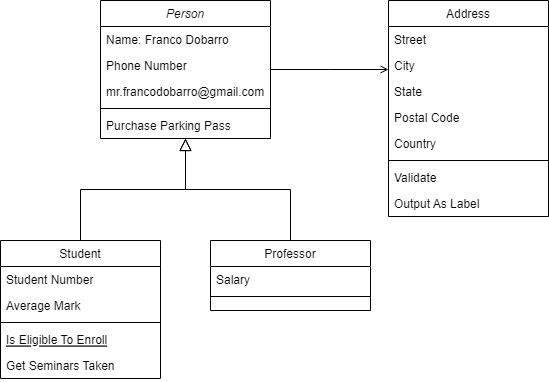
Earlier version of the draw.io export Diagramas/Diagrama prueba.png (dobarrofranco/FT-M2-Franco). Source tidied: cells renumbered, new cells last; positions are measured from the earlier drawing's top-left corner, leaving out a move shared by most shapes. The source it was exported from:
```xml
<mxGraphModel background="#FFFFFF">
  <root>
    <mxCell id="0" />
    <mxCell id="1" parent="0" />
    <mxCell id="2" value="Person" style="swimlane;fontStyle=2;align=center;verticalAlign=top;horizontal=1;startSize=26;rounded=0;shadow=0;strokeWidth=1;labelBackgroundColor=none;" parent="1" vertex="1">
      <mxGeometry x="100" width="170" height="138" as="geometry" />
    </mxCell>
    <mxCell id="3" value="Name: Franco Dobarro" style="text;align=left;verticalAlign=top;spacingLeft=4;spacingRight=4;overflow=hidden;labelBackgroundColor=none;" parent="2" vertex="1">
      <mxGeometry y="26" width="170" height="26" as="geometry" />
    </mxCell>
    <mxCell id="4" value="Phone Number" style="text;align=left;verticalAlign=top;spacingLeft=4;spacingRight=4;overflow=hidden;rounded=0;shadow=0;html=0;labelBackgroundColor=none;" parent="2" vertex="1">
      <mxGeometry y="52" width="170" height="26" as="geometry" />
    </mxCell>
    <mxCell id="5" value="mr.francodobarro@gmail.com" style="text;align=left;verticalAlign=top;spacingLeft=4;spacingRight=4;overflow=hidden;rounded=0;shadow=0;html=0;labelBackgroundColor=none;" parent="2" vertex="1">
      <mxGeometry y="78" width="170" height="26" as="geometry" />
    </mxCell>
    <mxCell id="6" style="line;html=1;strokeWidth=1;align=left;verticalAlign=middle;spacingTop=-1;spacingLeft=3;spacingRight=3;labelPosition=right;labelBackgroundColor=none;" parent="2" vertex="1">
      <mxGeometry y="104" width="170" height="8" as="geometry" />
    </mxCell>
    <mxCell id="7" value="Purchase Parking Pass" style="text;align=left;verticalAlign=top;spacingLeft=4;spacingRight=4;overflow=hidden;labelBackgroundColor=none;" parent="2" vertex="1">
      <mxGeometry y="112" width="170" height="26" as="geometry" />
    </mxCell>
    <mxCell id="8" value="Student" style="swimlane;fontStyle=0;align=center;verticalAlign=top;horizontal=1;startSize=26;rounded=0;shadow=0;strokeWidth=1;labelBackgroundColor=none;" parent="1" vertex="1">
      <mxGeometry y="240" width="160" height="138" as="geometry" />
    </mxCell>
    <mxCell id="9" value="Student Number" style="text;align=left;verticalAlign=top;spacingLeft=4;spacingRight=4;overflow=hidden;labelBackgroundColor=none;" parent="8" vertex="1">
      <mxGeometry y="26" width="160" height="26" as="geometry" />
    </mxCell>
    <mxCell id="10" value="Average Mark" style="text;align=left;verticalAlign=top;spacingLeft=4;spacingRight=4;overflow=hidden;rounded=0;shadow=0;html=0;labelBackgroundColor=none;" parent="8" vertex="1">
      <mxGeometry y="52" width="160" height="26" as="geometry" />
    </mxCell>
    <mxCell id="11" style="line;html=1;strokeWidth=1;align=left;verticalAlign=middle;spacingTop=-1;spacingLeft=3;spacingRight=3;labelPosition=right;labelBackgroundColor=none;" parent="8" vertex="1">
      <mxGeometry y="78" width="160" height="8" as="geometry" />
    </mxCell>
    <mxCell id="12" value="Is Eligible To Enroll" style="text;align=left;verticalAlign=top;spacingLeft=4;spacingRight=4;overflow=hidden;fontStyle=4;labelBackgroundColor=none;" parent="8" vertex="1">
      <mxGeometry y="86" width="160" height="26" as="geometry" />
    </mxCell>
    <mxCell id="13" value="Get Seminars Taken" style="text;align=left;verticalAlign=top;spacingLeft=4;spacingRight=4;overflow=hidden;labelBackgroundColor=none;" parent="8" vertex="1">
      <mxGeometry y="112" width="160" height="26" as="geometry" />
    </mxCell>
    <mxCell id="14" style="endArrow=block;endSize=10;endFill=0;shadow=0;strokeWidth=1;rounded=0;edgeStyle=elbowEdgeStyle;elbow=vertical;labelBackgroundColor=none;fontColor=default;" parent="1" edge="1" source="8" target="2">
      <mxGeometry relative="1" as="geometry" />
    </mxCell>
    <mxCell id="15" value="Professor" style="swimlane;fontStyle=0;align=center;verticalAlign=top;horizontal=1;startSize=26;rounded=0;shadow=0;strokeWidth=1;labelBackgroundColor=none;" parent="1" vertex="1">
      <mxGeometry x="210" y="240" width="160" height="70" as="geometry" />
    </mxCell>
    <mxCell id="16" value="Salary" style="text;align=left;verticalAlign=top;spacingLeft=4;spacingRight=4;overflow=hidden;labelBackgroundColor=none;" parent="15" vertex="1">
      <mxGeometry y="26" width="160" height="26" as="geometry" />
    </mxCell>
    <mxCell id="17" style="line;html=1;strokeWidth=1;align=left;verticalAlign=middle;spacingTop=-1;spacingLeft=3;spacingRight=3;labelPosition=right;labelBackgroundColor=none;" parent="15" vertex="1">
      <mxGeometry y="52" width="160" height="8" as="geometry" />
    </mxCell>
    <mxCell id="18" style="endArrow=block;endSize=10;endFill=0;shadow=0;strokeWidth=1;rounded=0;edgeStyle=elbowEdgeStyle;elbow=vertical;labelBackgroundColor=none;fontColor=default;" parent="1" edge="1" source="15" target="2">
      <mxGeometry relative="1" as="geometry" />
    </mxCell>
    <mxCell id="19" value="Address" style="swimlane;fontStyle=0;align=center;verticalAlign=top;horizontal=1;startSize=26;rounded=0;shadow=0;strokeWidth=1;labelBackgroundColor=none;" parent="1" vertex="1">
      <mxGeometry x="388" width="160" height="216" as="geometry" />
    </mxCell>
    <mxCell id="20" value="Street" style="text;align=left;verticalAlign=top;spacingLeft=4;spacingRight=4;overflow=hidden;labelBackgroundColor=none;" parent="19" vertex="1">
      <mxGeometry y="26" width="160" height="26" as="geometry" />
    </mxCell>
    <mxCell id="21" value="City" style="text;align=left;verticalAlign=top;spacingLeft=4;spacingRight=4;overflow=hidden;rounded=0;shadow=0;html=0;labelBackgroundColor=none;" parent="19" vertex="1">
      <mxGeometry y="52" width="160" height="26" as="geometry" />
    </mxCell>
    <mxCell id="22" value="State" style="text;align=left;verticalAlign=top;spacingLeft=4;spacingRight=4;overflow=hidden;rounded=0;shadow=0;html=0;labelBackgroundColor=none;" parent="19" vertex="1">
      <mxGeometry y="78" width="160" height="26" as="geometry" />
    </mxCell>
    <mxCell id="23" value="Postal Code" style="text;align=left;verticalAlign=top;spacingLeft=4;spacingRight=4;overflow=hidden;rounded=0;shadow=0;html=0;labelBackgroundColor=none;" parent="19" vertex="1">
      <mxGeometry y="104" width="160" height="26" as="geometry" />
    </mxCell>
    <mxCell id="24" value="Country" style="text;align=left;verticalAlign=top;spacingLeft=4;spacingRight=4;overflow=hidden;rounded=0;shadow=0;html=0;labelBackgroundColor=none;" parent="19" vertex="1">
      <mxGeometry y="130" width="160" height="26" as="geometry" />
    </mxCell>
    <mxCell id="25" style="line;html=1;strokeWidth=1;align=left;verticalAlign=middle;spacingTop=-1;spacingLeft=3;spacingRight=3;labelPosition=right;labelBackgroundColor=none;" parent="19" vertex="1">
      <mxGeometry y="156" width="160" height="8" as="geometry" />
    </mxCell>
    <mxCell id="26" value="Validate" style="text;align=left;verticalAlign=top;spacingLeft=4;spacingRight=4;overflow=hidden;labelBackgroundColor=none;" parent="19" vertex="1">
      <mxGeometry y="164" width="160" height="26" as="geometry" />
    </mxCell>
    <mxCell id="27" value="Output As Label" style="text;align=left;verticalAlign=top;spacingLeft=4;spacingRight=4;overflow=hidden;labelBackgroundColor=none;" parent="19" vertex="1">
      <mxGeometry y="190" width="160" height="26" as="geometry" />
    </mxCell>
    <mxCell id="28" style="endArrow=open;shadow=0;strokeWidth=1;rounded=0;endFill=1;edgeStyle=elbowEdgeStyle;elbow=vertical;labelBackgroundColor=none;fontColor=default;" parent="1" edge="1" source="2" target="19">
      <mxGeometry x="0.5" y="41" relative="1" as="geometry">
        <mxPoint x="-40" y="32" as="offset" />
      </mxGeometry>
    </mxCell>
  </root>
</mxGraphModel>
```
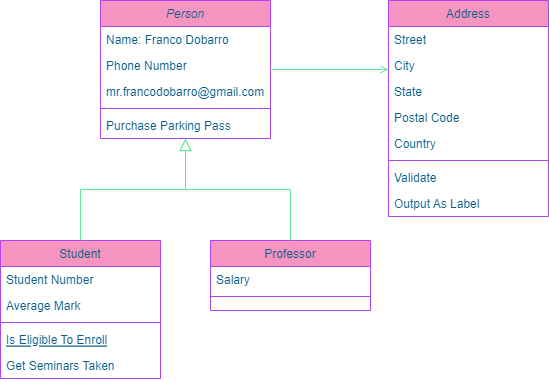
The same diagram one commit later.

Change to the diagram source:
```diff
@@ -2,85 +2,85 @@
   <root>
     <mxCell id="0" />
     <mxCell id="1" parent="0" />
-    <mxCell id="2" value="Person" style="swimlane;fontStyle=2;align=center;verticalAlign=top;horizontal=1;startSize=26;rounded=0;shadow=0;strokeWidth=1;labelBackgroundColor=none;" parent="1" vertex="1">
+    <mxCell id="2" value="Person" style="swimlane;fontStyle=2;align=center;verticalAlign=top;horizontal=1;startSize=26;rounded=0;shadow=0;strokeWidth=1;labelBackgroundColor=none;fillColor=#F694C1;strokeColor=#AF45ED;fontColor=#095C86;" parent="1" vertex="1">
       <mxGeometry x="100" width="170" height="138" as="geometry" />
     </mxCell>
-    <mxCell id="3" value="Name: Franco Dobarro" style="text;align=left;verticalAlign=top;spacingLeft=4;spacingRight=4;overflow=hidden;labelBackgroundColor=none;" parent="2" vertex="1">
+    <mxCell id="3" value="Name: Franco Dobarro" style="text;align=left;verticalAlign=top;spacingLeft=4;spacingRight=4;overflow=hidden;labelBackgroundColor=none;fontColor=#095C86;" parent="2" vertex="1">
       <mxGeometry y="26" width="170" height="26" as="geometry" />
     </mxCell>
-    <mxCell id="4" value="Phone Number" style="text;align=left;verticalAlign=top;spacingLeft=4;spacingRight=4;overflow=hidden;rounded=0;shadow=0;html=0;labelBackgroundColor=none;" parent="2" vertex="1">
+    <mxCell id="4" value="Phone Number" style="text;align=left;verticalAlign=top;spacingLeft=4;spacingRight=4;overflow=hidden;rounded=0;shadow=0;html=0;labelBackgroundColor=none;fontColor=#095C86;" parent="2" vertex="1">
       <mxGeometry y="52" width="170" height="26" as="geometry" />
     </mxCell>
-    <mxCell id="5" value="mr.francodobarro@gmail.com" style="text;align=left;verticalAlign=top;spacingLeft=4;spacingRight=4;overflow=hidden;rounded=0;shadow=0;html=0;labelBackgroundColor=none;" parent="2" vertex="1">
+    <mxCell id="5" value="mr.francodobarro@gmail.com" style="text;align=left;verticalAlign=top;spacingLeft=4;spacingRight=4;overflow=hidden;rounded=0;shadow=0;html=0;labelBackgroundColor=none;fontColor=#095C86;" parent="2" vertex="1">
       <mxGeometry y="78" width="170" height="26" as="geometry" />
     </mxCell>
-    <mxCell id="6" style="line;html=1;strokeWidth=1;align=left;verticalAlign=middle;spacingTop=-1;spacingLeft=3;spacingRight=3;labelPosition=right;labelBackgroundColor=none;" parent="2" vertex="1">
+    <mxCell id="6" style="line;html=1;strokeWidth=1;align=left;verticalAlign=middle;spacingTop=-1;spacingLeft=3;spacingRight=3;labelPosition=right;labelBackgroundColor=none;fillColor=#F694C1;strokeColor=#AF45ED;fontColor=#095C86;" parent="2" vertex="1">
       <mxGeometry y="104" width="170" height="8" as="geometry" />
     </mxCell>
-    <mxCell id="7" value="Purchase Parking Pass" style="text;align=left;verticalAlign=top;spacingLeft=4;spacingRight=4;overflow=hidden;labelBackgroundColor=none;" parent="2" vertex="1">
+    <mxCell id="7" value="Purchase Parking Pass" style="text;align=left;verticalAlign=top;spacingLeft=4;spacingRight=4;overflow=hidden;labelBackgroundColor=none;fontColor=#095C86;" parent="2" vertex="1">
       <mxGeometry y="112" width="170" height="26" as="geometry" />
     </mxCell>
-    <mxCell id="8" value="Student" style="swimlane;fontStyle=0;align=center;verticalAlign=top;horizontal=1;startSize=26;rounded=0;shadow=0;strokeWidth=1;labelBackgroundColor=none;" parent="1" vertex="1">
+    <mxCell id="8" value="Student" style="swimlane;fontStyle=0;align=center;verticalAlign=top;horizontal=1;startSize=26;rounded=0;shadow=0;strokeWidth=1;labelBackgroundColor=none;fillColor=#F694C1;strokeColor=#AF45ED;fontColor=#095C86;" parent="1" vertex="1">
       <mxGeometry y="240" width="160" height="138" as="geometry" />
     </mxCell>
-    <mxCell id="9" value="Student Number" style="text;align=left;verticalAlign=top;spacingLeft=4;spacingRight=4;overflow=hidden;labelBackgroundColor=none;" parent="8" vertex="1">
+    <mxCell id="9" value="Student Number" style="text;align=left;verticalAlign=top;spacingLeft=4;spacingRight=4;overflow=hidden;labelBackgroundColor=none;fontColor=#095C86;" parent="8" vertex="1">
       <mxGeometry y="26" width="160" height="26" as="geometry" />
     </mxCell>
-    <mxCell id="10" value="Average Mark" style="text;align=left;verticalAlign=top;spacingLeft=4;spacingRight=4;overflow=hidden;rounded=0;shadow=0;html=0;labelBackgroundColor=none;" parent="8" vertex="1">
+    <mxCell id="10" value="Average Mark" style="text;align=left;verticalAlign=top;spacingLeft=4;spacingRight=4;overflow=hidden;rounded=0;shadow=0;html=0;labelBackgroundColor=none;fontColor=#095C86;" parent="8" vertex="1">
       <mxGeometry y="52" width="160" height="26" as="geometry" />
     </mxCell>
-    <mxCell id="11" style="line;html=1;strokeWidth=1;align=left;verticalAlign=middle;spacingTop=-1;spacingLeft=3;spacingRight=3;labelPosition=right;labelBackgroundColor=none;" parent="8" vertex="1">
+    <mxCell id="11" style="line;html=1;strokeWidth=1;align=left;verticalAlign=middle;spacingTop=-1;spacingLeft=3;spacingRight=3;labelPosition=right;labelBackgroundColor=none;fillColor=#F694C1;strokeColor=#AF45ED;fontColor=#095C86;" parent="8" vertex="1">
       <mxGeometry y="78" width="160" height="8" as="geometry" />
     </mxCell>
-    <mxCell id="12" value="Is Eligible To Enroll" style="text;align=left;verticalAlign=top;spacingLeft=4;spacingRight=4;overflow=hidden;fontStyle=4;labelBackgroundColor=none;" parent="8" vertex="1">
+    <mxCell id="12" value="Is Eligible To Enroll" style="text;align=left;verticalAlign=top;spacingLeft=4;spacingRight=4;overflow=hidden;fontStyle=4;labelBackgroundColor=none;fontColor=#095C86;" parent="8" vertex="1">
       <mxGeometry y="86" width="160" height="26" as="geometry" />
     </mxCell>
-    <mxCell id="13" value="Get Seminars Taken" style="text;align=left;verticalAlign=top;spacingLeft=4;spacingRight=4;overflow=hidden;labelBackgroundColor=none;" parent="8" vertex="1">
+    <mxCell id="13" value="Get Seminars Taken" style="text;align=left;verticalAlign=top;spacingLeft=4;spacingRight=4;overflow=hidden;labelBackgroundColor=none;fontColor=#095C86;" parent="8" vertex="1">
       <mxGeometry y="112" width="160" height="26" as="geometry" />
     </mxCell>
-    <mxCell id="14" style="endArrow=block;endSize=10;endFill=0;shadow=0;strokeWidth=1;rounded=0;edgeStyle=elbowEdgeStyle;elbow=vertical;labelBackgroundColor=none;fontColor=default;" parent="1" edge="1" source="8" target="2">
+    <mxCell id="14" style="endArrow=block;endSize=10;endFill=0;shadow=0;strokeWidth=1;rounded=0;edgeStyle=elbowEdgeStyle;elbow=vertical;labelBackgroundColor=none;fontColor=default;strokeColor=#60E696;" parent="1" edge="1" source="8" target="2">
       <mxGeometry relative="1" as="geometry" />
     </mxCell>
-    <mxCell id="15" value="Professor" style="swimlane;fontStyle=0;align=center;verticalAlign=top;horizontal=1;startSize=26;rounded=0;shadow=0;strokeWidth=1;labelBackgroundColor=none;" parent="1" vertex="1">
+    <mxCell id="15" value="Professor" style="swimlane;fontStyle=0;align=center;verticalAlign=top;horizontal=1;startSize=26;rounded=0;shadow=0;strokeWidth=1;labelBackgroundColor=none;fillColor=#F694C1;strokeColor=#AF45ED;fontColor=#095C86;" parent="1" vertex="1">
       <mxGeometry x="210" y="240" width="160" height="70" as="geometry" />
     </mxCell>
-    <mxCell id="16" value="Salary" style="text;align=left;verticalAlign=top;spacingLeft=4;spacingRight=4;overflow=hidden;labelBackgroundColor=none;" parent="15" vertex="1">
+    <mxCell id="16" value="Salary" style="text;align=left;verticalAlign=top;spacingLeft=4;spacingRight=4;overflow=hidden;labelBackgroundColor=none;fontColor=#095C86;" parent="15" vertex="1">
       <mxGeometry y="26" width="160" height="26" as="geometry" />
     </mxCell>
-    <mxCell id="17" style="line;html=1;strokeWidth=1;align=left;verticalAlign=middle;spacingTop=-1;spacingLeft=3;spacingRight=3;labelPosition=right;labelBackgroundColor=none;" parent="15" vertex="1">
+    <mxCell id="17" style="line;html=1;strokeWidth=1;align=left;verticalAlign=middle;spacingTop=-1;spacingLeft=3;spacingRight=3;labelPosition=right;labelBackgroundColor=none;fillColor=#F694C1;strokeColor=#AF45ED;fontColor=#095C86;" parent="15" vertex="1">
       <mxGeometry y="52" width="160" height="8" as="geometry" />
     </mxCell>
-    <mxCell id="18" style="endArrow=block;endSize=10;endFill=0;shadow=0;strokeWidth=1;rounded=0;edgeStyle=elbowEdgeStyle;elbow=vertical;labelBackgroundColor=none;fontColor=default;" parent="1" edge="1" source="15" target="2">
+    <mxCell id="18" style="endArrow=block;endSize=10;endFill=0;shadow=0;strokeWidth=1;rounded=0;edgeStyle=elbowEdgeStyle;elbow=vertical;labelBackgroundColor=none;fontColor=default;strokeColor=#60E696;" parent="1" edge="1" source="15" target="2">
       <mxGeometry relative="1" as="geometry" />
     </mxCell>
-    <mxCell id="19" value="Address" style="swimlane;fontStyle=0;align=center;verticalAlign=top;horizontal=1;startSize=26;rounded=0;shadow=0;strokeWidth=1;labelBackgroundColor=none;" parent="1" vertex="1">
+    <mxCell id="19" value="Address" style="swimlane;fontStyle=0;align=center;verticalAlign=top;horizontal=1;startSize=26;rounded=0;shadow=0;strokeWidth=1;labelBackgroundColor=none;fillColor=#F694C1;strokeColor=#AF45ED;fontColor=#095C86;" parent="1" vertex="1">
       <mxGeometry x="388" width="160" height="216" as="geometry" />
     </mxCell>
-    <mxCell id="20" value="Street" style="text;align=left;verticalAlign=top;spacingLeft=4;spacingRight=4;overflow=hidden;labelBackgroundColor=none;" parent="19" vertex="1">
+    <mxCell id="20" value="Street" style="text;align=left;verticalAlign=top;spacingLeft=4;spacingRight=4;overflow=hidden;labelBackgroundColor=none;fontColor=#095C86;" parent="19" vertex="1">
       <mxGeometry y="26" width="160" height="26" as="geometry" />
     </mxCell>
-    <mxCell id="21" value="City" style="text;align=left;verticalAlign=top;spacingLeft=4;spacingRight=4;overflow=hidden;rounded=0;shadow=0;html=0;labelBackgroundColor=none;" parent="19" vertex="1">
+    <mxCell id="21" value="City" style="text;align=left;verticalAlign=top;spacingLeft=4;spacingRight=4;overflow=hidden;rounded=0;shadow=0;html=0;labelBackgroundColor=none;fontColor=#095C86;" parent="19" vertex="1">
       <mxGeometry y="52" width="160" height="26" as="geometry" />
     </mxCell>
-    <mxCell id="22" value="State" style="text;align=left;verticalAlign=top;spacingLeft=4;spacingRight=4;overflow=hidden;rounded=0;shadow=0;html=0;labelBackgroundColor=none;" parent="19" vertex="1">
+    <mxCell id="22" value="State" style="text;align=left;verticalAlign=top;spacingLeft=4;spacingRight=4;overflow=hidden;rounded=0;shadow=0;html=0;labelBackgroundColor=none;fontColor=#095C86;" parent="19" vertex="1">
       <mxGeometry y="78" width="160" height="26" as="geometry" />
     </mxCell>
-    <mxCell id="23" value="Postal Code" style="text;align=left;verticalAlign=top;spacingLeft=4;spacingRight=4;overflow=hidden;rounded=0;shadow=0;html=0;labelBackgroundColor=none;" parent="19" vertex="1">
+    <mxCell id="23" value="Postal Code" style="text;align=left;verticalAlign=top;spacingLeft=4;spacingRight=4;overflow=hidden;rounded=0;shadow=0;html=0;labelBackgroundColor=none;fontColor=#095C86;" parent="19" vertex="1">
       <mxGeometry y="104" width="160" height="26" as="geometry" />
     </mxCell>
-    <mxCell id="24" value="Country" style="text;align=left;verticalAlign=top;spacingLeft=4;spacingRight=4;overflow=hidden;rounded=0;shadow=0;html=0;labelBackgroundColor=none;" parent="19" vertex="1">
+    <mxCell id="24" value="Country" style="text;align=left;verticalAlign=top;spacingLeft=4;spacingRight=4;overflow=hidden;rounded=0;shadow=0;html=0;labelBackgroundColor=none;fontColor=#095C86;" parent="19" vertex="1">
       <mxGeometry y="130" width="160" height="26" as="geometry" />
     </mxCell>
-    <mxCell id="25" style="line;html=1;strokeWidth=1;align=left;verticalAlign=middle;spacingTop=-1;spacingLeft=3;spacingRight=3;labelPosition=right;labelBackgroundColor=none;" parent="19" vertex="1">
+    <mxCell id="25" style="line;html=1;strokeWidth=1;align=left;verticalAlign=middle;spacingTop=-1;spacingLeft=3;spacingRight=3;labelPosition=right;labelBackgroundColor=none;fillColor=#F694C1;strokeColor=#AF45ED;fontColor=#095C86;" parent="19" vertex="1">
       <mxGeometry y="156" width="160" height="8" as="geometry" />
     </mxCell>
-    <mxCell id="26" value="Validate" style="text;align=left;verticalAlign=top;spacingLeft=4;spacingRight=4;overflow=hidden;labelBackgroundColor=none;" parent="19" vertex="1">
+    <mxCell id="26" value="Validate" style="text;align=left;verticalAlign=top;spacingLeft=4;spacingRight=4;overflow=hidden;labelBackgroundColor=none;fontColor=#095C86;" parent="19" vertex="1">
       <mxGeometry y="164" width="160" height="26" as="geometry" />
     </mxCell>
-    <mxCell id="27" value="Output As Label" style="text;align=left;verticalAlign=top;spacingLeft=4;spacingRight=4;overflow=hidden;labelBackgroundColor=none;" parent="19" vertex="1">
+    <mxCell id="27" value="Output As Label" style="text;align=left;verticalAlign=top;spacingLeft=4;spacingRight=4;overflow=hidden;labelBackgroundColor=none;fontColor=#095C86;" parent="19" vertex="1">
       <mxGeometry y="190" width="160" height="26" as="geometry" />
     </mxCell>
-    <mxCell id="28" style="endArrow=open;shadow=0;strokeWidth=1;rounded=0;endFill=1;edgeStyle=elbowEdgeStyle;elbow=vertical;labelBackgroundColor=none;fontColor=default;" parent="1" edge="1" source="2" target="19">
+    <mxCell id="28" style="endArrow=open;shadow=0;strokeWidth=1;rounded=0;endFill=1;edgeStyle=elbowEdgeStyle;elbow=vertical;labelBackgroundColor=none;fontColor=default;strokeColor=#60E696;" parent="1" edge="1" source="2" target="19">
       <mxGeometry x="0.5" y="41" relative="1" as="geometry">
         <mxPoint x="-40" y="32" as="offset" />
       </mxGeometry>
```
